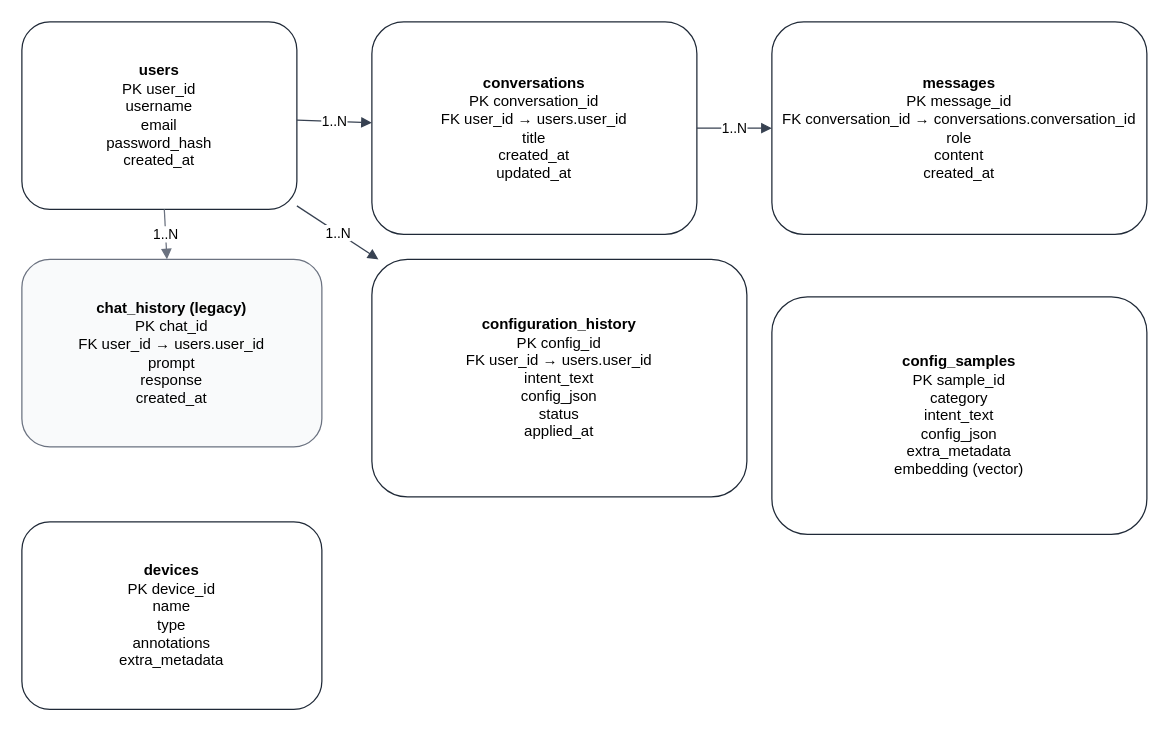
Before: diagram/ERD.drawio in THenryInGH/FYP, a draw.io diagram. Source tidied: cells renumbered, new cells numbered last; positions are measured from the earlier drawing's top-left corner, leaving out a move shared by most shapes. Both pictures are drawn from the tidied source at 125%, with x=0, y=0 at pixel (21, 21).
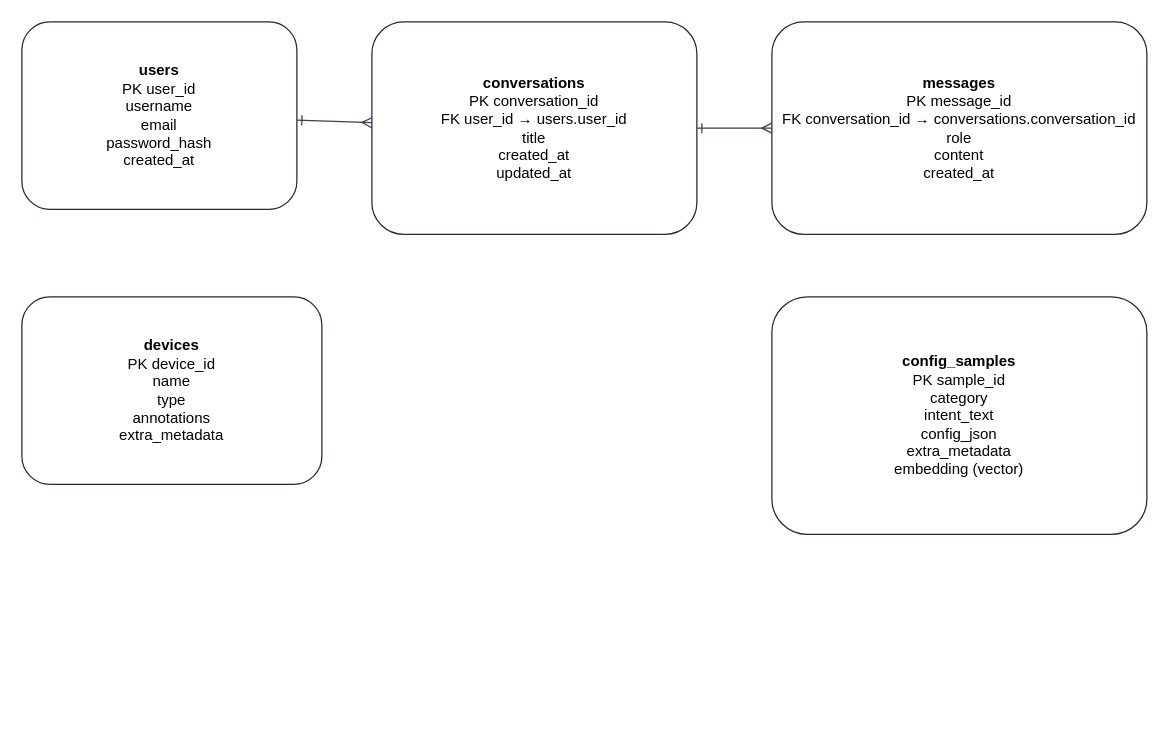
The same diagram, later.

The edit, as a diff of the source:
```diff
@@
 <mxGraphModel>
   <root>
     <mxCell id="0" />
     <mxCell id="1" parent="0" />
     <mxCell id="2" value="&lt;b&gt;users&lt;/b&gt;&lt;br/&gt;PK user_id&lt;br/&gt;username&lt;br/&gt;email&lt;br/&gt;password_hash&lt;br/&gt;created_at" style="rounded=1;whiteSpace=wrap;html=1;fillColor=#ffffff;strokeColor=#1f2937;" parent="1" vertex="1">
       <mxGeometry width="220" height="150" as="geometry" />
     </mxCell>
     <mxCell id="3" value="&lt;b&gt;conversations&lt;/b&gt;&lt;br/&gt;PK conversation_id&lt;br/&gt;FK user_id → users.user_id&lt;br/&gt;title&lt;br/&gt;created_at&lt;br/&gt;updated_at" style="rounded=1;whiteSpace=wrap;html=1;fillColor=#ffffff;strokeColor=#1f2937;" parent="1" vertex="1">
       <mxGeometry x="280" width="260" height="170" as="geometry" />
     </mxCell>
     <mxCell id="4" value="&lt;b&gt;messages&lt;/b&gt;&lt;br/&gt;PK message_id&lt;br/&gt;FK conversation_id → conversations.conversation_id&lt;br/&gt;role&lt;br/&gt;content&lt;br/&gt;created_at" style="rounded=1;whiteSpace=wrap;html=1;fillColor=#ffffff;strokeColor=#1f2937;" parent="1" vertex="1">
       <mxGeometry x="600" width="300" height="170" as="geometry" />
     </mxCell>
-    <mxCell id="5" value="&lt;b&gt;chat_history (legacy)&lt;/b&gt;&lt;br/&gt;PK chat_id&lt;br/&gt;FK user_id → users.user_id&lt;br/&gt;prompt&lt;br/&gt;response&lt;br/&gt;created_at" style="rounded=1;whiteSpace=wrap;html=1;fillColor=#f9fafb;strokeColor=#6b7280;" parent="1" vertex="1">
-      <mxGeometry y="190" width="240" height="150" as="geometry" />
-    </mxCell>
-    <mxCell id="6" value="&lt;b&gt;configuration_history&lt;/b&gt;&lt;br/&gt;PK config_id&lt;br/&gt;FK user_id → users.user_id&lt;br/&gt;intent_text&lt;br/&gt;config_json&lt;br/&gt;status&lt;br/&gt;applied_at" style="rounded=1;whiteSpace=wrap;html=1;fillColor=#ffffff;strokeColor=#1f2937;" parent="1" vertex="1">
-      <mxGeometry x="280" y="190" width="300" height="190" as="geometry" />
-    </mxCell>
     <mxCell id="7" value="&lt;b&gt;devices&lt;/b&gt;&lt;br/&gt;PK device_id&lt;br/&gt;name&lt;br/&gt;type&lt;br/&gt;annotations&lt;br/&gt;extra_metadata" style="rounded=1;whiteSpace=wrap;html=1;fillColor=#ffffff;strokeColor=#1f2937;" parent="1" vertex="1">
-      <mxGeometry y="400" width="240" height="150" as="geometry" />
+      <mxGeometry y="220" width="240" height="150" as="geometry" />
     </mxCell>
     <mxCell id="8" value="&lt;b&gt;config_samples&lt;/b&gt;&lt;br/&gt;PK sample_id&lt;br/&gt;category&lt;br/&gt;intent_text&lt;br/&gt;config_json&lt;br/&gt;extra_metadata&lt;br/&gt;embedding (vector)" style="rounded=1;whiteSpace=wrap;html=1;fillColor=#ffffff;strokeColor=#1f2937;" parent="1" vertex="1">
       <mxGeometry x="600" y="220" width="300" height="190" as="geometry" />
     </mxCell>
-    <mxCell id="9" value="1..N" style="endArrow=block;endFill=1;strokeColor=#374151;html=1;rounded=0;" parent="1" edge="1" source="2" target="3">
+    <mxCell id="9" style="startArrow=ERone;startFill=1;endArrow=ERmany;endFill=1;strokeColor=#374151;html=1;rounded=0;" parent="1" edge="1" source="2" target="3">
       <mxGeometry relative="1" as="geometry" />
     </mxCell>
-    <mxCell id="10" value="1..N" style="endArrow=block;endFill=1;strokeColor=#374151;html=1;rounded=0;" parent="1" edge="1" source="3" target="4">
+    <mxCell id="10" style="startArrow=ERone;startFill=1;endArrow=ERmany;endFill=1;strokeColor=#374151;html=1;rounded=0;" parent="1" edge="1" source="3" target="4">
       <mxGeometry relative="1" as="geometry" />
     </mxCell>
-    <mxCell id="11" value="1..N" style="endArrow=block;endFill=1;strokeColor=#6b7280;html=1;rounded=0;" parent="1" edge="1" source="2" target="5">
-      <mxGeometry relative="1" as="geometry" />
-    </mxCell>
-    <mxCell id="12" value="1..N" style="endArrow=block;endFill=1;strokeColor=#374151;html=1;rounded=0;" parent="1" edge="1" source="2" target="6">
-      <mxGeometry relative="1" as="geometry" />
-    </mxCell>
   </root>
 </mxGraphModel>
```
